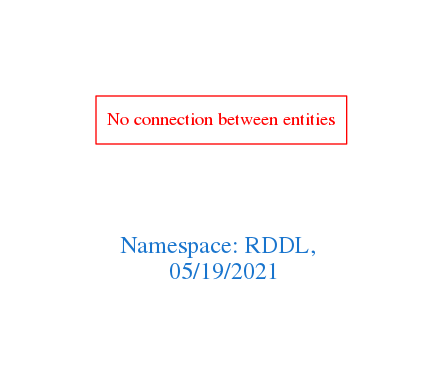
This is downloads/RDDL.png from arago/OGIT, a Graphviz export, as it was before one commit. Its source is kept beside it as downloads/RDDL.dot.
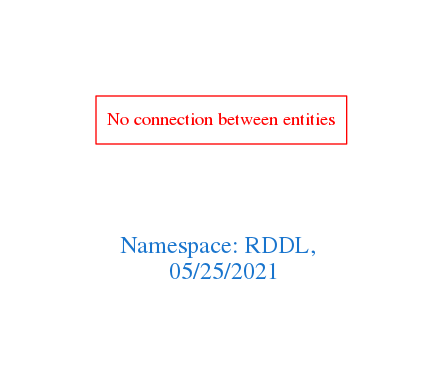
Above is the later version.

Change to the diagram source:
```diff
@@ -1,7 +1,7 @@
 digraph OGIT_ontology {
  graph [ rankdir= LR,pad=1
 fontsize = 18,
-fontcolor= dodgerblue3,label = "\n\n\nNamespace: RDDL, \n 05/19/2021"];
+fontcolor= dodgerblue3,label = "\n\n\nNamespace: RDDL, \n 05/25/2021"];
 node[shape=polygon];
 edge [  color="gray81"];
 
```
